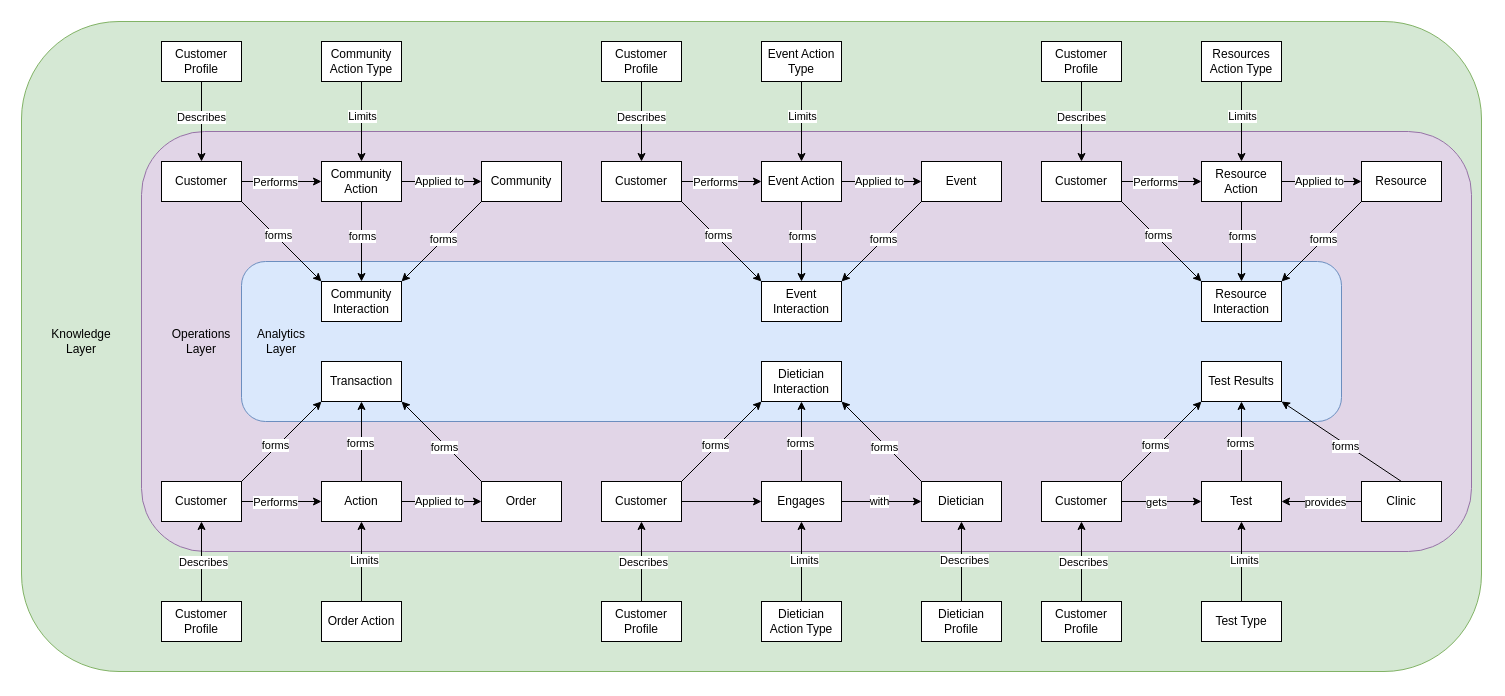
The draw.io diagram page "Page-3" (3 of 4) of diagrams/Analytics.drawio in Arkhamtectures/FarmacyFood, before the edit. Source tidied: cells renumbered, new cells numbered last; positions are measured from the earlier drawing's top-left corner, leaving out a move shared by most shapes. Both pictures are drawn from the tidied source at 100%, with x=0, y=0 at pixel (21, 21).
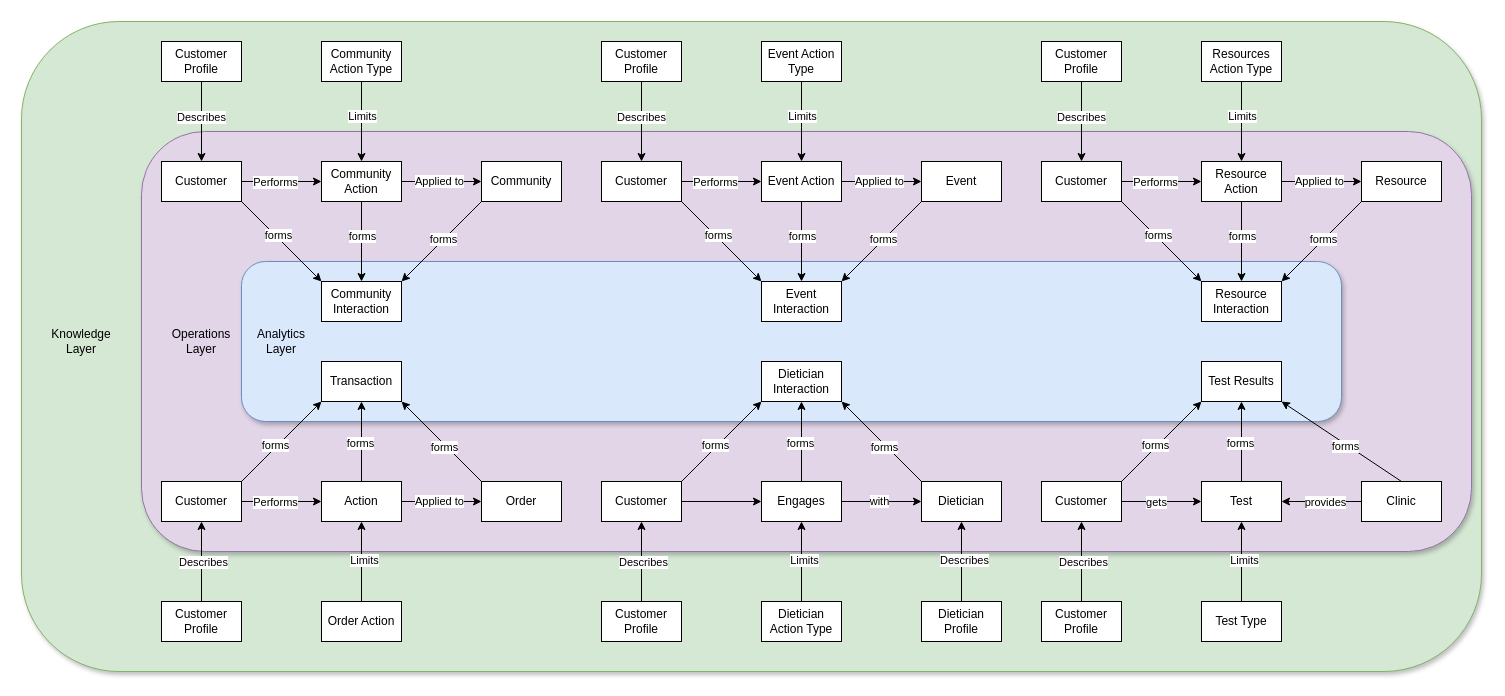
The same diagram, later.

What changed in the source:
```diff
@@
-    <mxCell id="2" style="rounded=1;whiteSpace=wrap;html=1;fillColor=#d5e8d4;strokeColor=#82b366;" parent="1" vertex="1">
+    <mxCell id="2" style="rounded=1;whiteSpace=wrap;html=1;fillColor=#d5e8d4;strokeColor=#82b366;shadow=1;" parent="1" vertex="1">
       <mxGeometry width="1460" height="650" as="geometry" />
     </mxCell>
-    <mxCell id="3" style="rounded=1;whiteSpace=wrap;html=1;fillColor=#e1d5e7;strokeColor=#9673a6;" parent="1" vertex="1">
+    <mxCell id="3" style="rounded=1;whiteSpace=wrap;html=1;fillColor=#e1d5e7;strokeColor=#9673a6;shadow=1;" parent="1" vertex="1">
       <mxGeometry x="120" y="110" width="1330" height="420" as="geometry" />
     </mxCell>
-    <mxCell id="4" style="rounded=1;whiteSpace=wrap;html=1;fillColor=#dae8fc;strokeColor=#6c8ebf;" parent="1" vertex="1">
+    <mxCell id="4" style="rounded=1;whiteSpace=wrap;html=1;fillColor=#dae8fc;strokeColor=#6c8ebf;shadow=1;" parent="1" vertex="1">
       <mxGeometry x="220" y="240" width="1100" height="160" as="geometry" />
     </mxCell>
```
